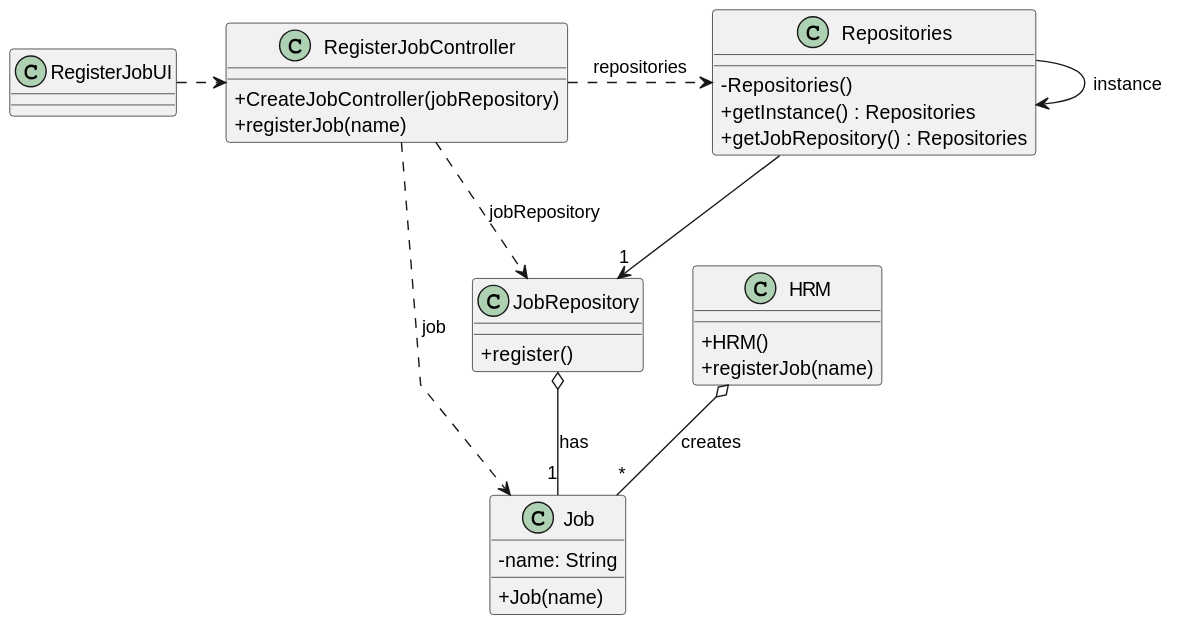
The PlantUML diagram docs/sprintB/us002/03.design/svg/us002-class-diagram.svg in diogoveirospro/lei-24-s2-1dg-g072, before a commit. Source of this version:
```plantuml
@startuml
skinparam packageStyle rectangle
skinparam shadowing false
skinparam linetype polyline

skinparam classAttributeIconSize 0


class Job {
    - name: String

    + Job(name)
}

class HRM {
    + HRM()
    + registerJob(name)

}

class RegisterJobUI {

}

class RegisterJobController {
    + CreateJobController(jobRepository)
    + registerJob(name)
}

class Repositories {
    - Repositories()
    + getInstance() : Repositories
    + getJobRepository() : Repositories
}

class JobRepository {
    + register()
}


HRM  o-- "*" Job : creates
RegisterJobUI .> RegisterJobController
RegisterJobController .> Repositories : repositories
Repositories --> Repositories : instance
Repositories --> "1" JobRepository
JobRepository o-- "1" Job : has
RegisterJobController .> JobRepository : jobRepository
RegisterJobController .> Job : job
@enduml
```
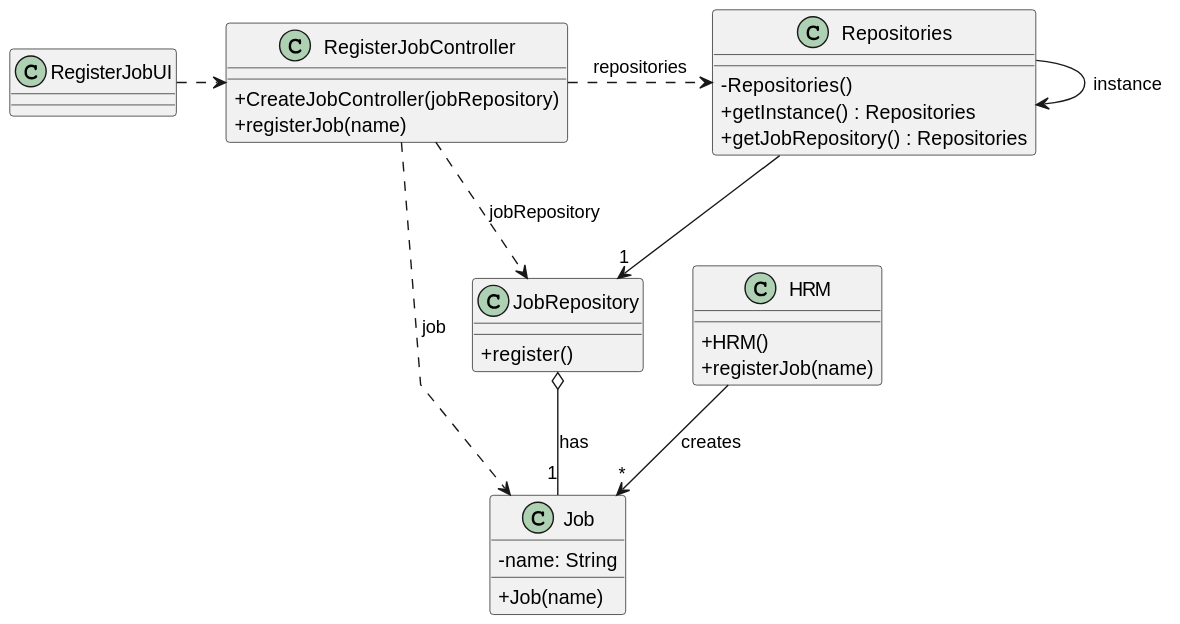
The same file after the commit.

Commit message:
US002 solved a small mistake

What changed in the source:
```diff
@@ -38,7 +38,7 @@
 }
 
 
-HRM  o-- "*" Job : creates
+HRM  --> "*" Job : creates
 RegisterJobUI .> RegisterJobController
 RegisterJobController .> Repositories : repositories
 Repositories --> Repositories : instance
```
